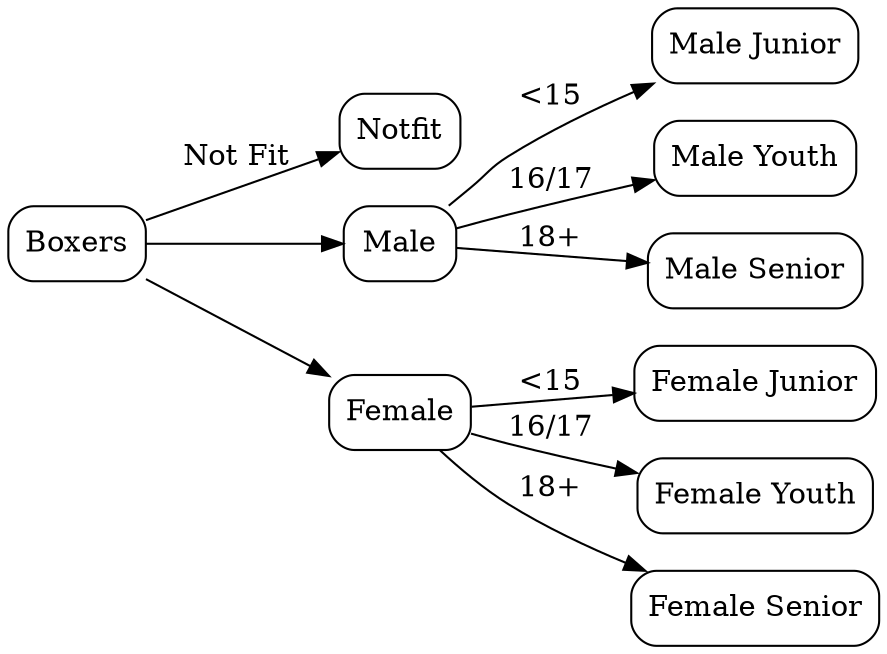
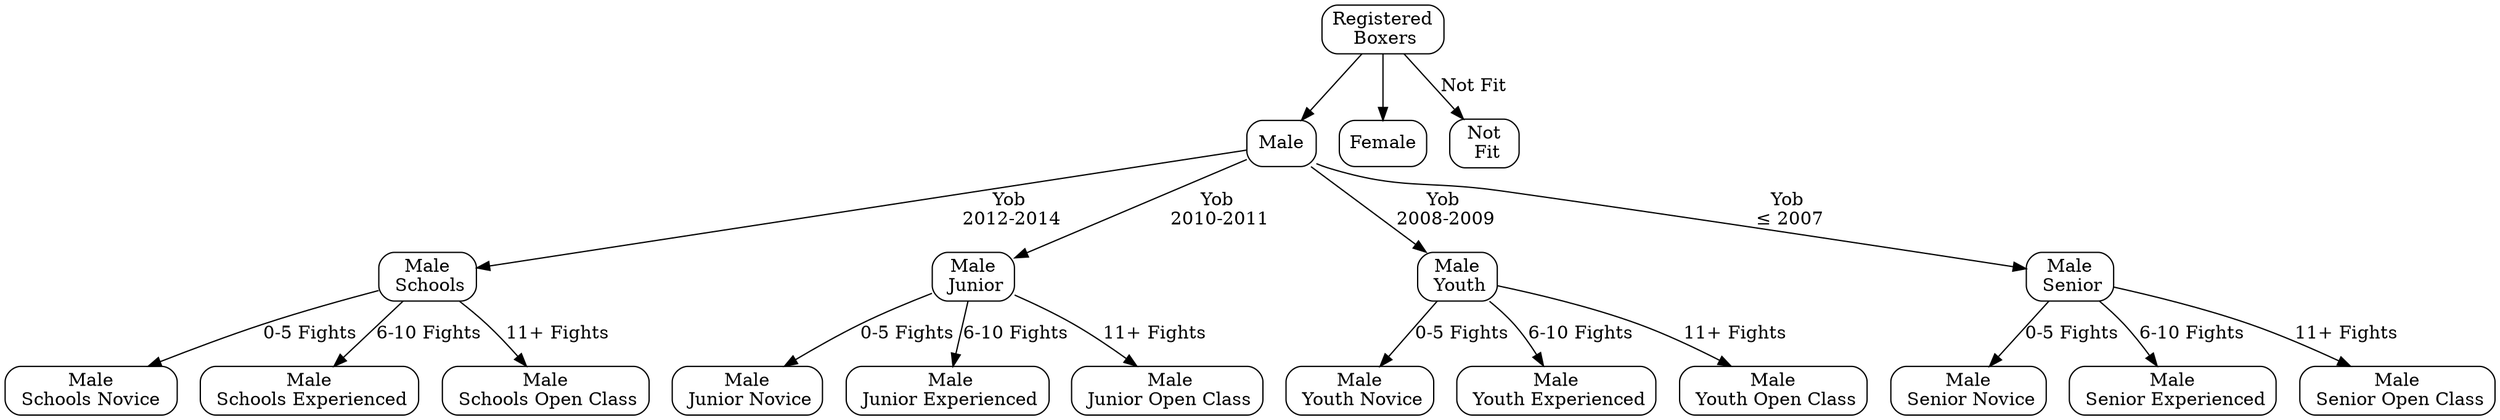
digraph Boxing {
-   rankdir=LR;
+   rankdir=TD;
  node [shape=box, style=rounded];

-   Notfit;
- 
-   Boxers;
+   RegisteredBoxers [label= "Registered\n Boxers"];
  Male;
  Female;
+   Notfit [label="Not\n Fit"];

-   MaleJunior  [label="Male Junior"];
-   MaleYouth   [label="Male Youth"];
-   MaleSenior  [label="Male Senior"];
+   MaleSchools [label="Male\n Schools"];
+   MaleJunior  [label="Male\n Junior"];
+   MaleYouth   [label="Male\n Youth"];
+   MaleSenior  [label="Male\n Senior"];

-   FemaleJunior [label="Female Junior"];
-   FemaleYouth  [label="Female Youth"];
-   FemaleSenior [label="Female Senior"];
+   MaleSchools_Novice      [label="Male\n Schools Novice "];
+   MaleSchools_Experienced [label="Male\n Schools Experienced"];
+   MaleSchools_OpenClass   [label="Male\n Schools Open Class"];

-   Boxers -> Male;
-   Boxers -> Notfit [label="Not Fit"];
-   Boxers -> Female;
+   MaleJunior_Novice       [label="Male\n Junior Novice"];
+   MaleJunior_Experienced  [label=" Male\n Junior Experienced"];
+   MaleJunior_OpenClass    [label=" Male\n Junior Open Class"];

-   Male   -> MaleJunior  [label="<15"];
-   Male   -> MaleYouth   [label="16/17"];
-   Male   -> MaleSenior  [label="18+"];
+   MaleYouth_Novice        [label="Male\n Youth Novice"];
+   MaleYouth_Experienced   [label="Male\n Youth Experienced"];
+   MaleYouth_OpenClass     [label="Male\n Youth Open Class"];

-   Female -> FemaleJunior [label="<15"];
-   Female -> FemaleYouth  [label="16/17"];
-   Female -> FemaleSenior [label="18+"];
+   MaleSenior_Novice       [label="Male\n Senior Novice"];
+   MaleSenior_Experienced  [label="Male\n Senior Experienced"];
+   MaleSenior_OpenClass    [label="Male\n Senior Open Class"];
+ 
+   RegisteredBoxers -> Male;
+   RegisteredBoxers -> Notfit [label="Not Fit"];
+   RegisteredBoxers -> Female;
+ 
+   Male -> MaleSchools [label="Yob\n 2012-2014"];
+   Male -> MaleJunior  [label="Yob\n 2010-2011"];
+   Male -> MaleYouth   [label="Yob\n 2008-2009"];
+   Male -> MaleSenior  [label="Yob\n ≤ 2007"];
+ 
+   MaleSchools -> MaleSchools_Novice      [label="0-5 Fights"];
+   MaleSchools -> MaleSchools_Experienced [label="6-10 Fights"];
+   MaleSchools -> MaleSchools_OpenClass   [label="11+ Fights"];
+ 
+   MaleJunior -> MaleJunior_Novice       [label="0-5 Fights"];
+   MaleJunior -> MaleJunior_Experienced  [label="6-10 Fights"];
+   MaleJunior -> MaleJunior_OpenClass    [label="11+ Fights"];
+ 
+   MaleYouth -> MaleYouth_Novice         [label="0-5 Fights"];
+   MaleYouth -> MaleYouth_Experienced    [label="6-10 Fights"];
+   MaleYouth -> MaleYouth_OpenClass      [label="11+ Fights"];
+ 
+   MaleSenior -> MaleSenior_Novice       [label="0-5 Fights"];
+   MaleSenior -> MaleSenior_Experienced  [label="6-10 Fights"];
+   MaleSenior -> MaleSenior_OpenClass    [label="11+ Fights"];
}
